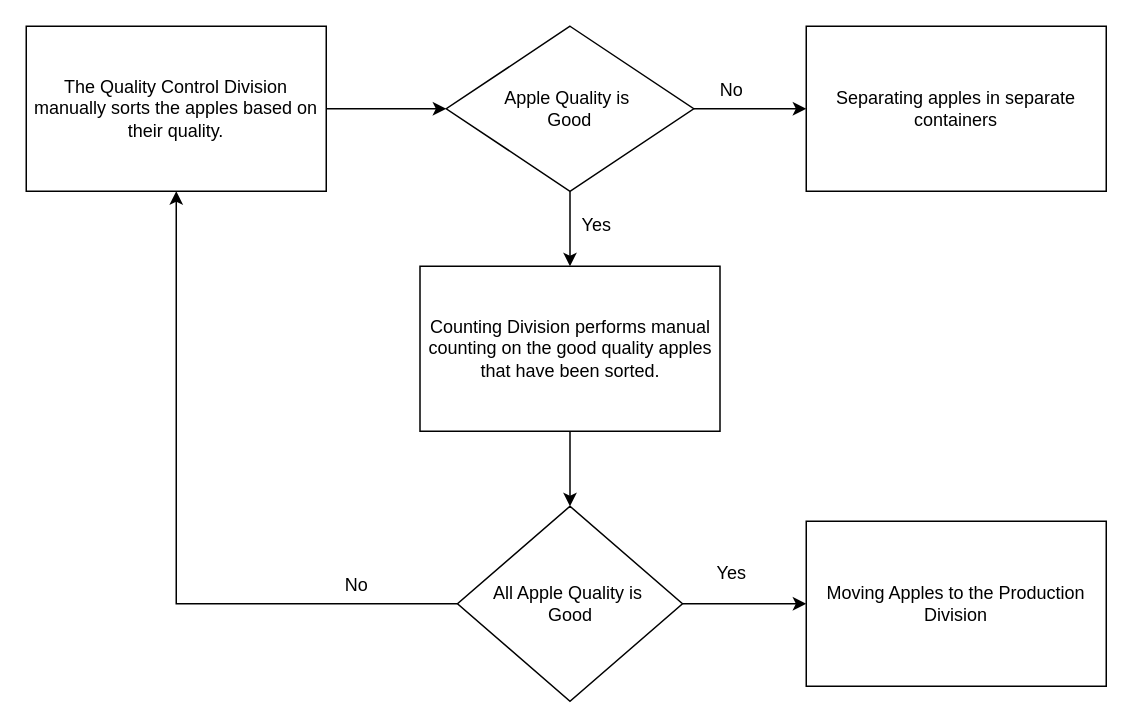
Above: As-is-perusahaan-x.drawio in masyuraC7/Klasifikasi-Kualitas-Buah-Apel (draw.io), before the change. Source tidied: cells renumbered, new cells numbered last; positions are measured from the earlier drawing's top-left corner, leaving out a move shared by most shapes. Both pictures are drawn from the tidied source at 150%, with x=0, y=0 at pixel (26, 26).
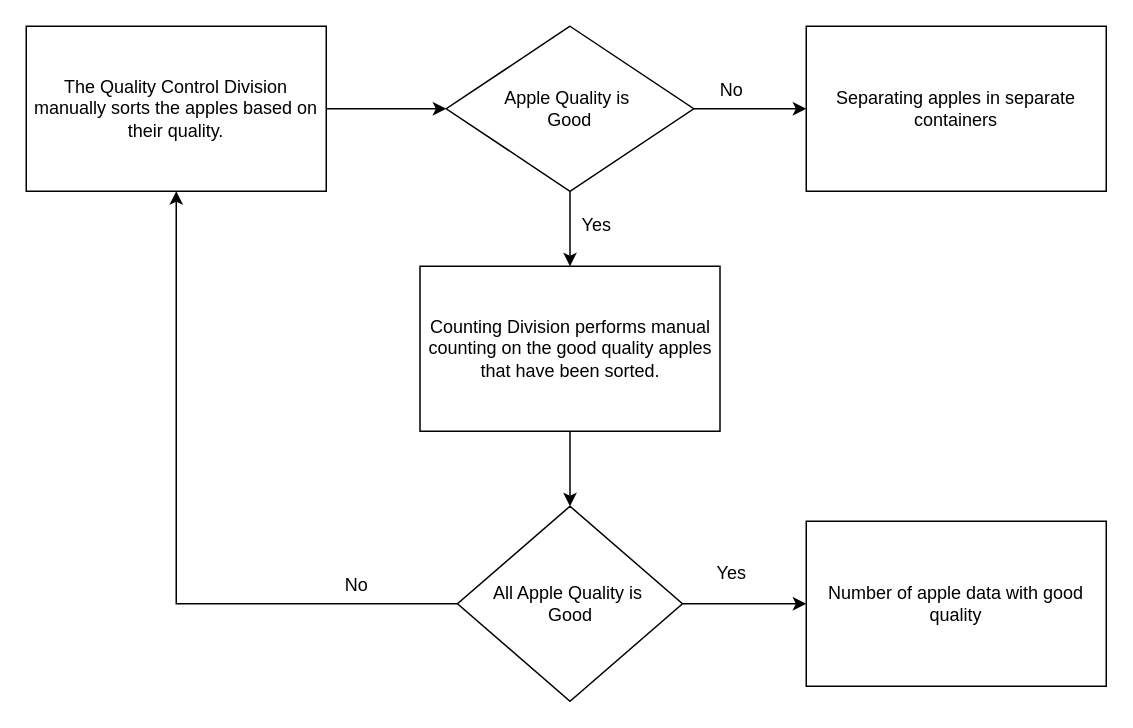
The same page after the edit.

Change to the diagram source:
```diff
@@
 <mxGraphModel>
   <root>
     <mxCell id="0" />
     <mxCell id="1" parent="0" />
     <mxCell id="2" style="edgeStyle=orthogonalEdgeStyle;rounded=0;jettySize=auto;html=1;" parent="1" edge="1" source="3" target="6">
       <mxGeometry relative="1" as="geometry" />
     </mxCell>
     <mxCell id="3" value="The Quality Control Division manually sorts the apples based on their quality." style="rounded=0;whiteSpace=wrap;html=1;" parent="1" vertex="1">
       <mxGeometry width="200" height="110" as="geometry" />
     </mxCell>
     <mxCell id="4" style="edgeStyle=orthogonalEdgeStyle;rounded=0;jettySize=auto;html=1;entryX=0;entryY=0.5;entryDx=0;entryDy=0;" parent="1" edge="1" source="6" target="7">
       <mxGeometry relative="1" as="geometry" />
     </mxCell>
     <mxCell id="5" style="edgeStyle=orthogonalEdgeStyle;rounded=0;jettySize=auto;html=1;" parent="1" edge="1" source="6" target="9">
       <mxGeometry relative="1" as="geometry" />
     </mxCell>
     <mxCell id="6" value="Apple Quality is&amp;nbsp;&lt;div&gt;Good&lt;/div&gt;" style="rhombus;whiteSpace=wrap;html=1;" parent="1" vertex="1">
       <mxGeometry x="280" width="165" height="110" as="geometry" />
     </mxCell>
     <mxCell id="7" value="Separating apples in separate containers" style="rounded=0;whiteSpace=wrap;html=1;" parent="1" vertex="1">
       <mxGeometry x="520" width="200" height="110" as="geometry" />
     </mxCell>
     <mxCell id="8" style="edgeStyle=orthogonalEdgeStyle;rounded=0;jettySize=auto;html=1;entryX=0.5;entryY=0;entryDx=0;entryDy=0;" parent="1" edge="1" source="9" target="12">
       <mxGeometry relative="1" as="geometry" />
     </mxCell>
     <mxCell id="9" value="Counting Division performs manual counting on the good quality apples that have been sorted." style="rounded=0;whiteSpace=wrap;html=1;" parent="1" vertex="1">
       <mxGeometry x="262.5" y="160" width="200" height="110" as="geometry" />
     </mxCell>
     <mxCell id="10" style="edgeStyle=orthogonalEdgeStyle;rounded=0;jettySize=auto;html=1;entryX=0.5;entryY=1;entryDx=0;entryDy=0;" parent="1" edge="1" source="12" target="3">
       <mxGeometry relative="1" as="geometry" />
     </mxCell>
     <mxCell id="11" style="edgeStyle=orthogonalEdgeStyle;rounded=0;jettySize=auto;html=1;entryX=0;entryY=0.5;entryDx=0;entryDy=0;" parent="1" edge="1" source="12" target="13">
       <mxGeometry relative="1" as="geometry" />
     </mxCell>
     <mxCell id="12" value="All Apple Quality is&amp;nbsp;&lt;div&gt;Good&lt;/div&gt;" style="rhombus;whiteSpace=wrap;html=1;" parent="1" vertex="1">
       <mxGeometry x="287.5" y="320" width="150" height="130" as="geometry" />
     </mxCell>
-    <mxCell id="13" value="Moving Apples to the Production Division" style="rounded=0;whiteSpace=wrap;html=1;" parent="1" vertex="1">
+    <mxCell id="13" value="Number of apple data with good quality" style="rounded=0;whiteSpace=wrap;html=1;" parent="1" vertex="1">
       <mxGeometry x="520" y="330" width="200" height="110" as="geometry" />
     </mxCell>
     <mxCell id="14" value="No" style="text;html=1;align=center;verticalAlign=middle;strokeColor=none;fillColor=none;" parent="1" vertex="1">
       <mxGeometry x="450" y="28" width="40" height="30" as="geometry" />
     </mxCell>
     <mxCell id="15" value="Yes" style="text;html=1;align=center;verticalAlign=middle;strokeColor=none;fillColor=none;" parent="1" vertex="1">
       <mxGeometry x="360" y="118" width="40" height="30" as="geometry" />
     </mxCell>
     <mxCell id="16" value="No" style="text;html=1;align=center;verticalAlign=middle;strokeColor=none;fillColor=none;" parent="1" vertex="1">
       <mxGeometry x="200" y="358" width="40" height="30" as="geometry" />
     </mxCell>
     <mxCell id="17" value="Yes" style="text;html=1;align=center;verticalAlign=middle;strokeColor=none;fillColor=none;" parent="1" vertex="1">
       <mxGeometry x="450" y="350" width="40" height="30" as="geometry" />
     </mxCell>
   </root>
 </mxGraphModel>
```
